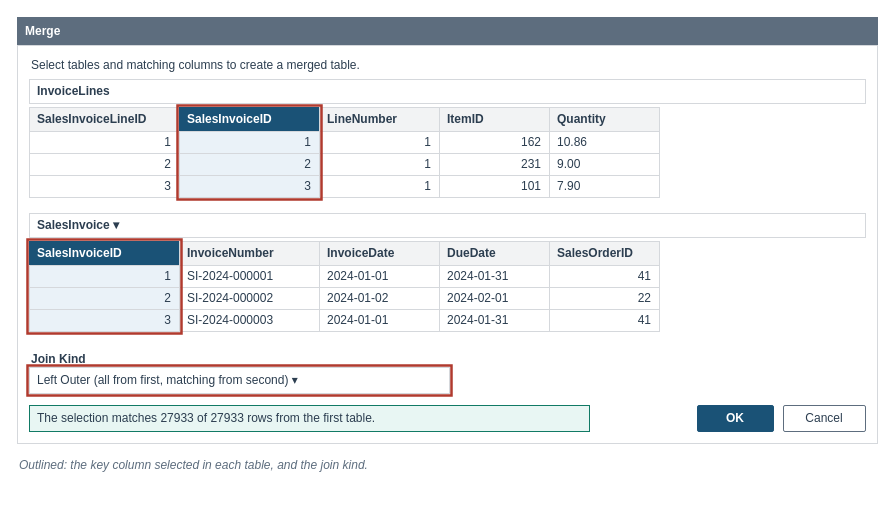
This is visuals/src/fig-05-06-merge-dialog.drawio from mmcodesso/Accounting_Analytics_Book, a draw.io file, before an edit. Source tidied: cells renumbered, new cells numbered last; positions are measured from the earlier drawing's top-left corner, leaving out a move shared by most shapes. Both pictures are drawn from the tidied source at 100%, with x=0, y=0 at pixel (17, 17).
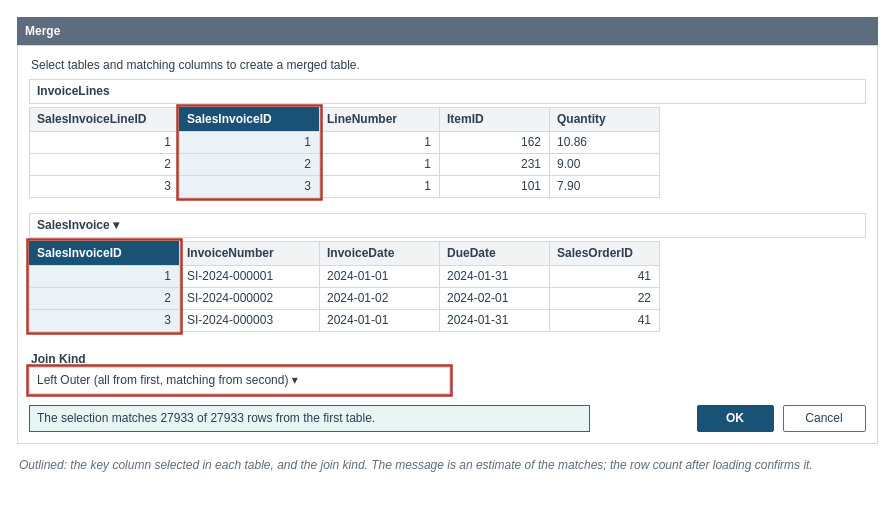
After the change.

Change to the diagram source:
```diff
@@
     <mxCell id="2" style="rounded=0;html=1;fillColor=none;strokeColor=none;" parent="1" vertex="1">
-      <mxGeometry width="860" height="456" as="geometry" />
+      <mxGeometry width="860" height="476" as="geometry" />
     </mxCell>
@@
-    <mxCell id="53" value="&lt;i&gt;Outlined: the key column selected in each table, and the join kind.&lt;/i&gt;" style="text;html=1;whiteSpace=wrap;align=left;verticalAlign=top;fontSize=12;fontColor=#5D6D7E;fontStyle=0;fontFamily=Helvetica;spacing=2;fillColor=none;strokeColor=none;" parent="1" vertex="1">
-      <mxGeometry y="434" width="860" height="20" as="geometry" />
+    <mxCell id="53" value="&lt;i&gt;Outlined: the key column selected in each table, and the join kind. The message is an estimate of the matches; the row count after loading confirms it.&lt;/i&gt;" style="text;html=1;whiteSpace=wrap;align=left;verticalAlign=top;fontSize=12;fontColor=#5D6D7E;fontStyle=0;fontFamily=Helvetica;spacing=2;fillColor=none;strokeColor=none;" parent="1" vertex="1">
+      <mxGeometry y="434" width="860" height="40" as="geometry" />
     </mxCell>
```
